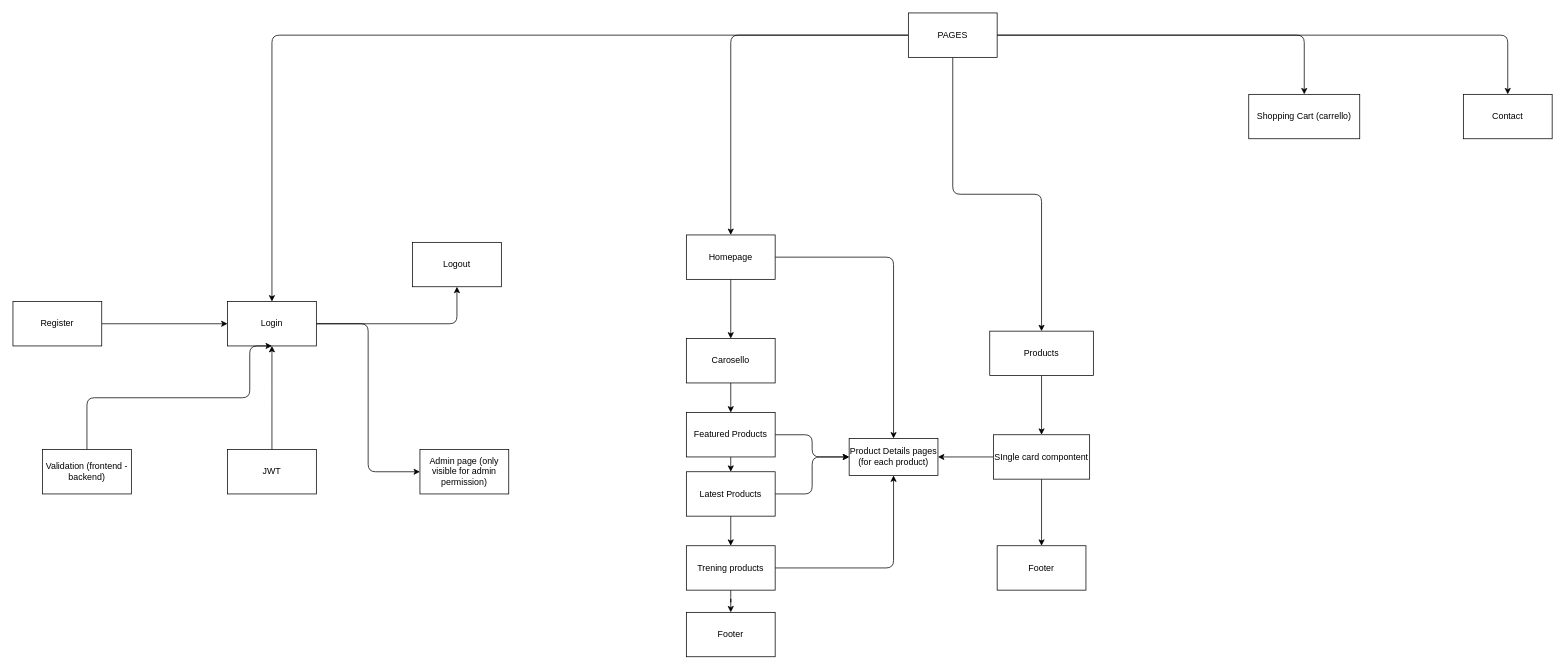
Above: Untitled Diagram.drawio in Sandrew94/Ecommerce-TD (draw.io), before the change. Source tidied: cells renumbered, new cells numbered last; positions are measured from the earlier drawing's top-left corner, leaving out a move shared by most shapes. Both pictures are drawn from the tidied source at 74%, with x=0, y=0 at pixel (13, 13).
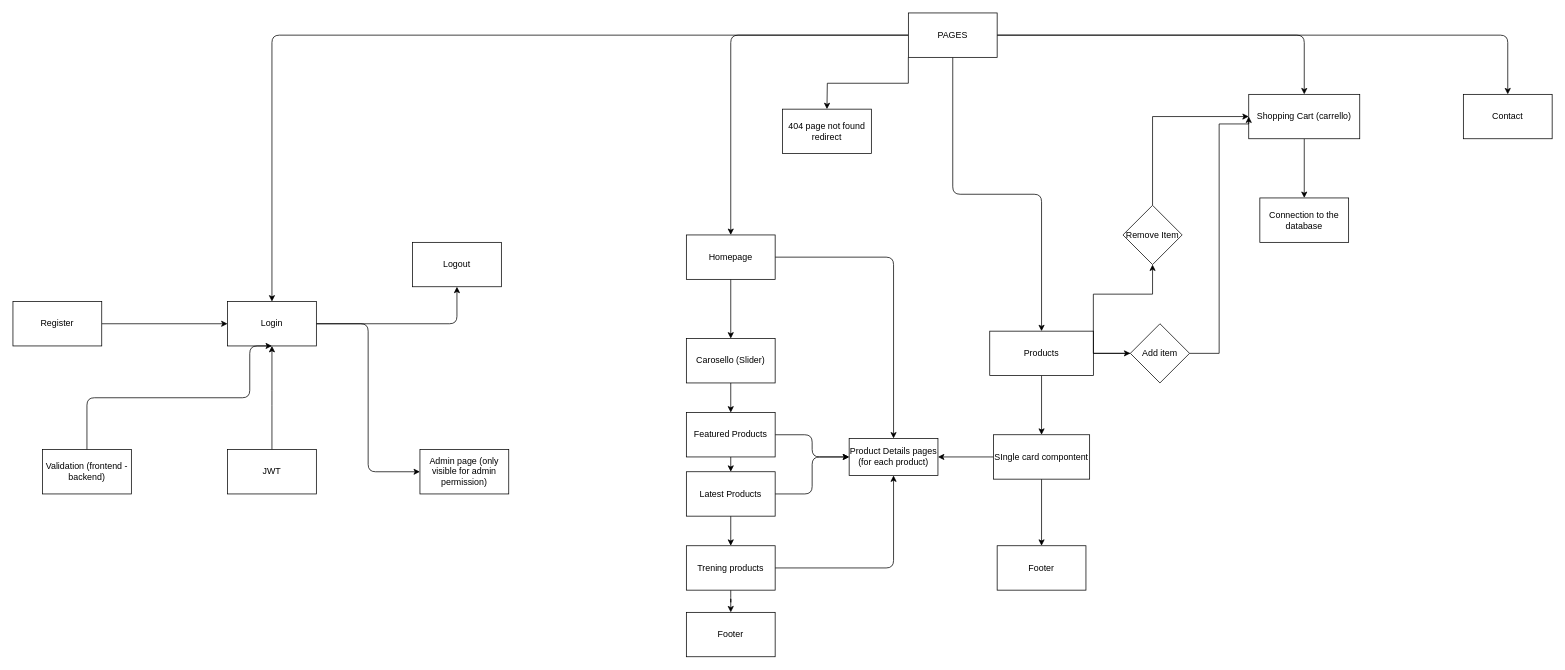
The same diagram, later.

Commit message:
Add router 404 - Add some conneciton with products items

The change refers to these unchanged cells:
```xml
<mxCell id="10" value="PAGES" style="rounded=0;whiteSpace=wrap;html=1;" parent="1" vertex="1">
  <mxGeometry x="1210" width="120" height="60" as="geometry" />
</mxCell>
<mxCell id="12" value="Products" style="rounded=0;whiteSpace=wrap;html=1;" parent="1" vertex="1">
  <mxGeometry x="1320" y="430" width="140" height="60" as="geometry" />
</mxCell>
<mxCell id="13" value="Shopping Cart (carrello)" style="rounded=0;whiteSpace=wrap;html=1;" parent="1" vertex="1">
  <mxGeometry x="1670" y="110" width="150" height="60" as="geometry" />
</mxCell>
```

The edit, as a diff of the source:
```diff
@@
+    <mxCell id="43" style="edgeStyle=orthogonalEdgeStyle;rounded=0;jettySize=auto;html=1;exitX=0;exitY=1;exitDx=0;exitDy=0;" parent="1" edge="1" source="10">
+      <mxGeometry relative="1" as="geometry">
+        <mxPoint x="1100" y="130" as="targetPoint" />
+      </mxGeometry>
+    </mxCell>
@@
+    <mxCell id="44" style="edgeStyle=orthogonalEdgeStyle;rounded=0;jettySize=auto;html=1;" parent="1" edge="1" source="12" target="48">
+      <mxGeometry relative="1" as="geometry" />
+    </mxCell>
@@
+    <mxCell id="45" style="edgeStyle=orthogonalEdgeStyle;rounded=0;jettySize=auto;html=1;" parent="1" edge="1" source="13" target="51">
+      <mxGeometry relative="1" as="geometry" />
+    </mxCell>
@@
-    <mxCell id="27" value="Carosello" style="rounded=0;whiteSpace=wrap;html=1;sketch=0;" parent="1" vertex="1">
+    <mxCell id="27" value="Carosello (Slider)" style="rounded=0;whiteSpace=wrap;html=1;sketch=0;" parent="1" vertex="1">
       <mxGeometry x="910" y="440" width="120" height="60" as="geometry" />
     </mxCell>
@@
+    <mxCell id="46" style="edgeStyle=orthogonalEdgeStyle;rounded=0;jettySize=auto;html=1;entryX=0;entryY=0.5;entryDx=0;entryDy=0;" parent="1" edge="1" source="48" target="13">
+      <mxGeometry relative="1" as="geometry">
+        <Array as="points">
+          <mxPoint x="1630" y="460" />
+          <mxPoint x="1630" y="150" />
+          <mxPoint x="1670" y="150" />
+        </Array>
+      </mxGeometry>
+    </mxCell>
+    <mxCell id="47" style="edgeStyle=orthogonalEdgeStyle;rounded=0;jettySize=auto;html=1;" parent="1" edge="1" source="48" target="50">
+      <mxGeometry relative="1" as="geometry">
+        <Array as="points">
+          <mxPoint x="1460" y="460" />
+          <mxPoint x="1460" y="380" />
+          <mxPoint x="1540" y="380" />
+        </Array>
+      </mxGeometry>
+    </mxCell>
+    <mxCell id="48" value="Add item" style="rhombus;whiteSpace=wrap;html=1;rounded=0;" parent="1" vertex="1">
+      <mxGeometry x="1510" y="420" width="80" height="80" as="geometry" />
+    </mxCell>
+    <mxCell id="49" style="edgeStyle=orthogonalEdgeStyle;rounded=0;jettySize=auto;html=1;exitX=0.5;exitY=0;exitDx=0;exitDy=0;entryX=0;entryY=0.5;entryDx=0;entryDy=0;" parent="1" edge="1" source="50" target="13">
+      <mxGeometry relative="1" as="geometry" />
+    </mxCell>
+    <mxCell id="50" value="Remove Item" style="rhombus;whiteSpace=wrap;html=1;rounded=0;" parent="1" vertex="1">
+      <mxGeometry x="1500" y="260" width="80" height="80" as="geometry" />
+    </mxCell>
+    <mxCell id="51" value="Connection to the database" style="whiteSpace=wrap;html=1;rounded=0;" parent="1" vertex="1">
+      <mxGeometry x="1685" y="250" width="120" height="60" as="geometry" />
+    </mxCell>
+    <mxCell id="52" value="404 page not found redirect" style="rounded=0;whiteSpace=wrap;html=1;" parent="1" vertex="1">
+      <mxGeometry x="1040" y="130" width="120" height="60" as="geometry" />
+    </mxCell>
```
